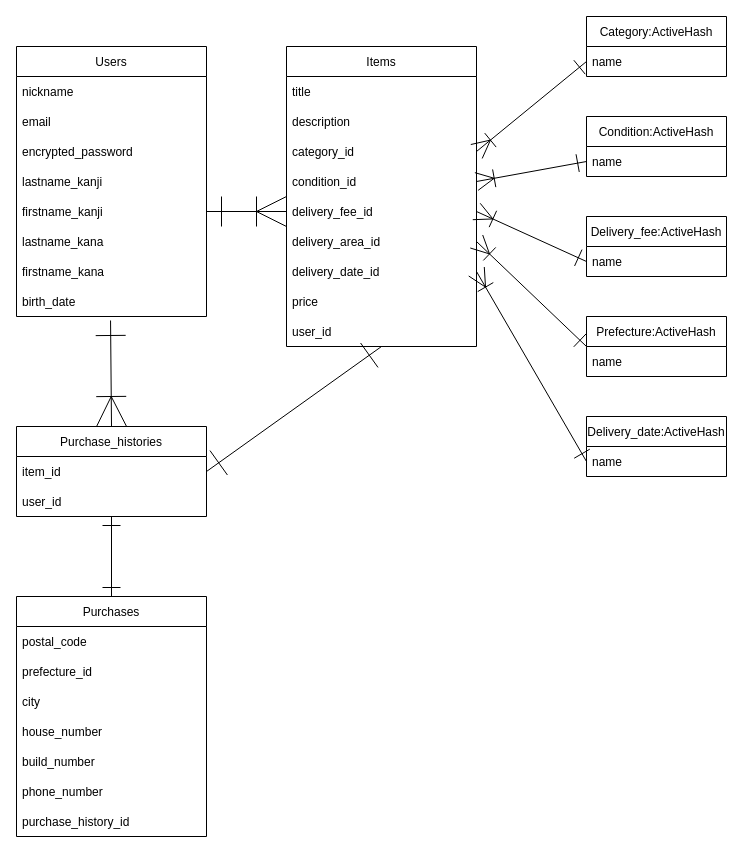
izureco/furima-37829 keeps this draw.io diagram as ER.dio. Above is the earlier version. Source tidied: cells renumbered, new cells numbered last; positions are measured from the earlier drawing's top-left corner, leaving out a move shared by most shapes. Both pictures are drawn from the tidied source at 100%, with x=0, y=0 at pixel (-44, 16).
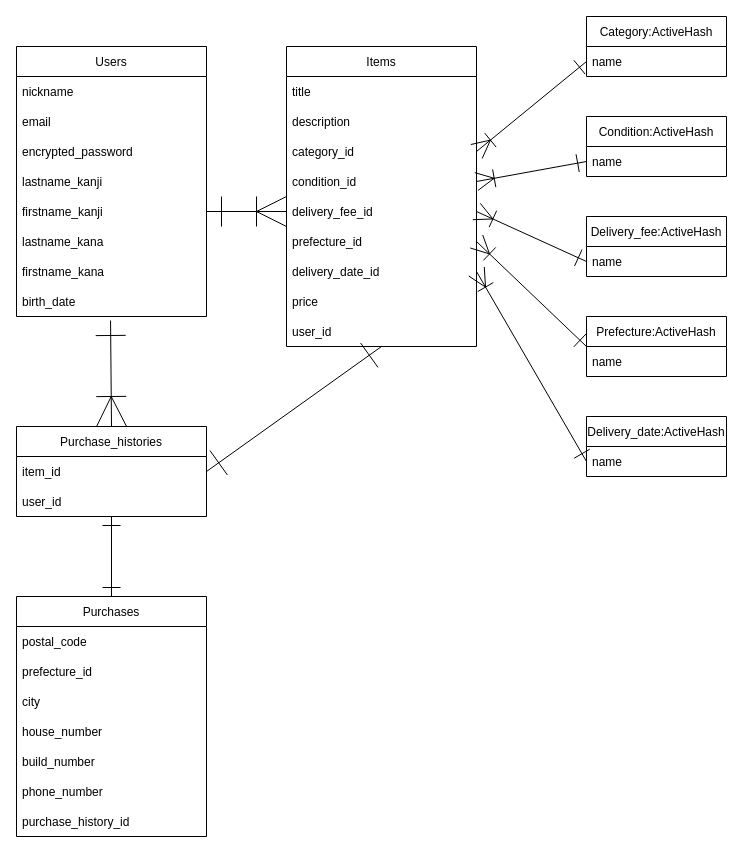
The same page after the edit.

Unchanged cells that the change refers to:
```xml
<mxCell id="11" value="Items" style="swimlane;fontStyle=0;horizontal=1;startSize=30;" parent="1" vertex="1">
  <mxGeometry x="330" y="30" width="190" height="300" as="geometry" />
</mxCell>
```

Change to the diagram source:
```diff
@@
-    <mxCell id="17" value="delivery_area_id" style="text;strokeColor=none;fillColor=none;align=left;verticalAlign=middle;spacingLeft=4;spacingRight=4;overflow=hidden;points=[[0,0.5],[1,0.5]];portConstraint=eastwest;" parent="11" vertex="1">
+    <mxCell id="17" value="prefecture_id" style="text;strokeColor=none;fillColor=none;align=left;verticalAlign=middle;spacingLeft=4;spacingRight=4;overflow=hidden;points=[[0,0.5],[1,0.5]];portConstraint=eastwest;" parent="11" vertex="1">
       <mxGeometry y="180" width="190" height="30" as="geometry" />
     </mxCell>
```
